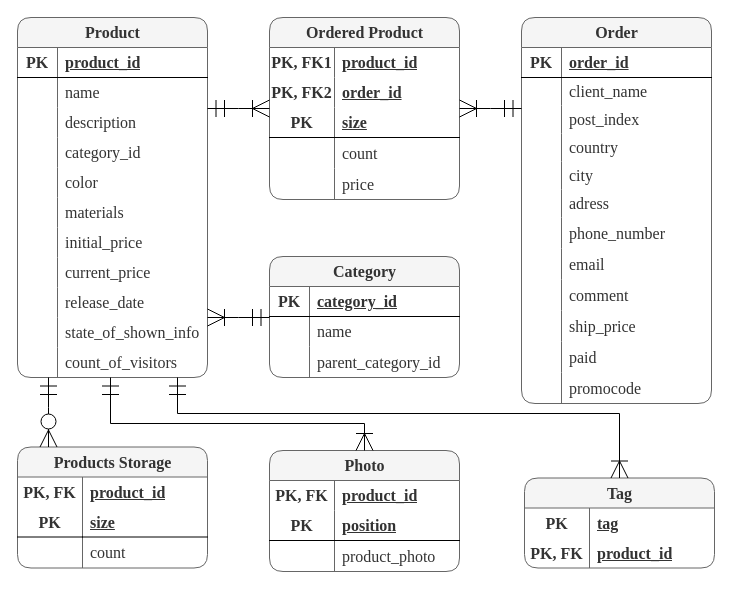
Above: docs/ER-diagramm.drawio in sevolchenko/online-store (draw.io), before the change. Source tidied: cells renumbered, new cells numbered last; positions are measured from the earlier drawing's top-left corner, leaving out a move shared by most shapes. Both pictures are drawn from the tidied source at 100%, with x=0, y=0 at pixel (17, 17).
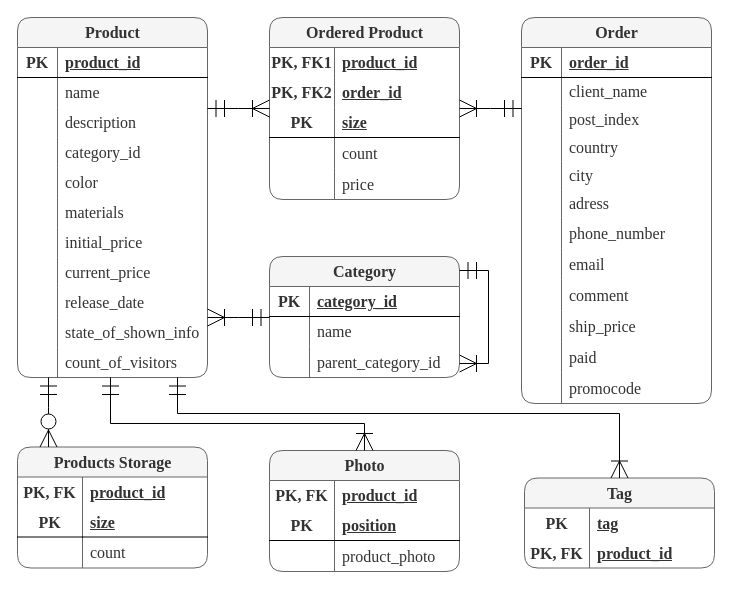
The same page after the edit.

The change refers to these unchanged cells:
```xml
<mxCell id="46" value="Category" style="shape=table;startSize=30;childLayout=tableLayout;rowLines=0;fontStyle=1;rounded=1;sketch=0;fontFamily=Times New Roman;fontSize=16;fontColor=#333333;fillColor=#f5f5f5;gradientColor=none;html=1;strokeColor=#666666;" parent="1" vertex="1">
  <mxGeometry x="252" y="239" width="190" height="121" as="geometry" />
</mxCell>
```

What changed in the source:
```diff
@@
+    <mxCell id="132" style="edgeStyle=elbowEdgeStyle;fontSize=12;html=1;endArrow=ERoneToMany;startArrow=ERmandOne;rounded=0;fontFamily=Times New Roman;fontColor=#333333;startSize=15;strokeWidth=1;endSize=15;" parent="1" edge="1" source="46" target="46">
+      <mxGeometry relative="1" as="geometry">
+        <Array as="points">
+          <mxPoint x="471" y="346" />
+        </Array>
+      </mxGeometry>
+    </mxCell>
```
